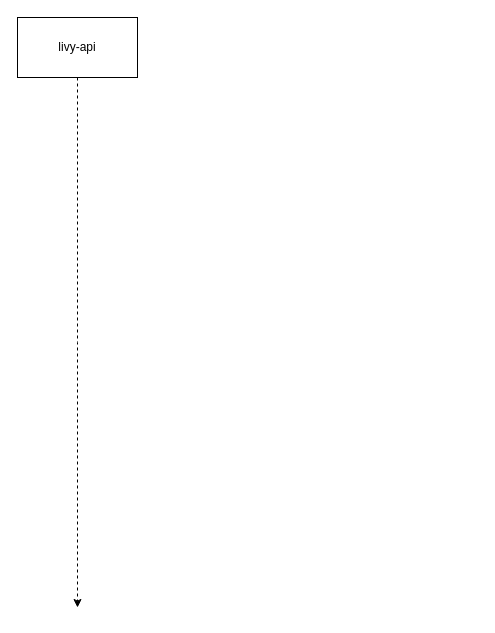
Earlier version of the draw.io diagram livy-design.drawio (yuhuali1989/ui). Source tidied: cells renumbered, new cells numbered last; positions are measured from the earlier drawing's top-left corner, leaving out a move shared by most shapes. Both pictures are drawn from the tidied source at 100%, with x=0, y=0 at pixel (17, 17).
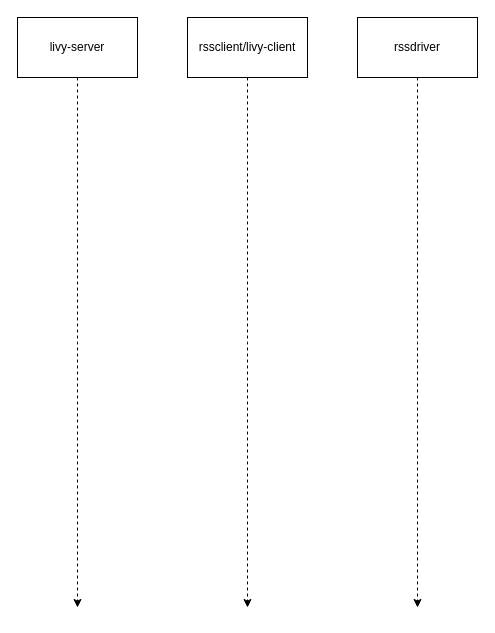
The same page after the edit.

Diff of the diagram source:
```diff
@@
 <mxGraphModel>
   <root>
     <mxCell id="0" />
     <mxCell id="1" parent="0" />
     <mxCell id="2" style="edgeStyle=orthogonalEdgeStyle;jettySize=auto;html=1;rounded=0;dashed=1;" parent="1" edge="1" source="3">
       <mxGeometry relative="1" as="geometry">
         <mxPoint x="60" y="590" as="targetPoint" />
       </mxGeometry>
     </mxCell>
-    <mxCell id="3" value="livy-api" style="rounded=0;whiteSpace=wrap;html=1;" parent="1" vertex="1">
+    <mxCell id="3" value="livy-server" style="rounded=0;whiteSpace=wrap;html=1;" parent="1" vertex="1">
       <mxGeometry width="120" height="60" as="geometry" />
     </mxCell>
+    <mxCell id="4" style="edgeStyle=orthogonalEdgeStyle;jettySize=auto;html=1;rounded=0;dashed=1;" parent="1" edge="1" source="5">
+      <mxGeometry relative="1" as="geometry">
+        <mxPoint x="230" y="590" as="targetPoint" />
+      </mxGeometry>
+    </mxCell>
+    <mxCell id="5" value="rssclient/livy-client" style="rounded=0;whiteSpace=wrap;html=1;" parent="1" vertex="1">
+      <mxGeometry x="170" width="120" height="60" as="geometry" />
+    </mxCell>
+    <mxCell id="6" style="edgeStyle=orthogonalEdgeStyle;jettySize=auto;html=1;rounded=0;dashed=1;" parent="1" edge="1" source="7">
+      <mxGeometry relative="1" as="geometry">
+        <mxPoint x="400" y="590" as="targetPoint" />
+      </mxGeometry>
+    </mxCell>
+    <mxCell id="7" value="rssdriver" style="rounded=0;whiteSpace=wrap;html=1;" parent="1" vertex="1">
+      <mxGeometry x="340" width="120" height="60" as="geometry" />
+    </mxCell>
   </root>
 </mxGraphModel>
```
